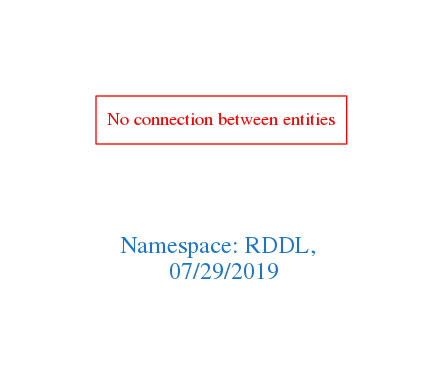
Earlier version of the Graphviz export downloads/RDDL.png (arago/OGIT). Its source is kept beside it as downloads/RDDL.dot.
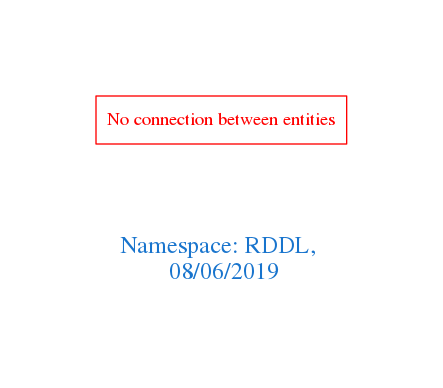
The same file after the commit.

What changed in the source:
```diff
@@ -1,7 +1,7 @@
 digraph OGIT_ontology {
  graph [ rankdir= LR,pad=1
 fontsize = 18,
-fontcolor= dodgerblue3,label = "\n\n\nNamespace: RDDL, \n 07/29/2019"];
+fontcolor= dodgerblue3,label = "\n\n\nNamespace: RDDL, \n 08/06/2019"];
 node[shape=polygon];
 edge [  color="gray81"];
 
```
